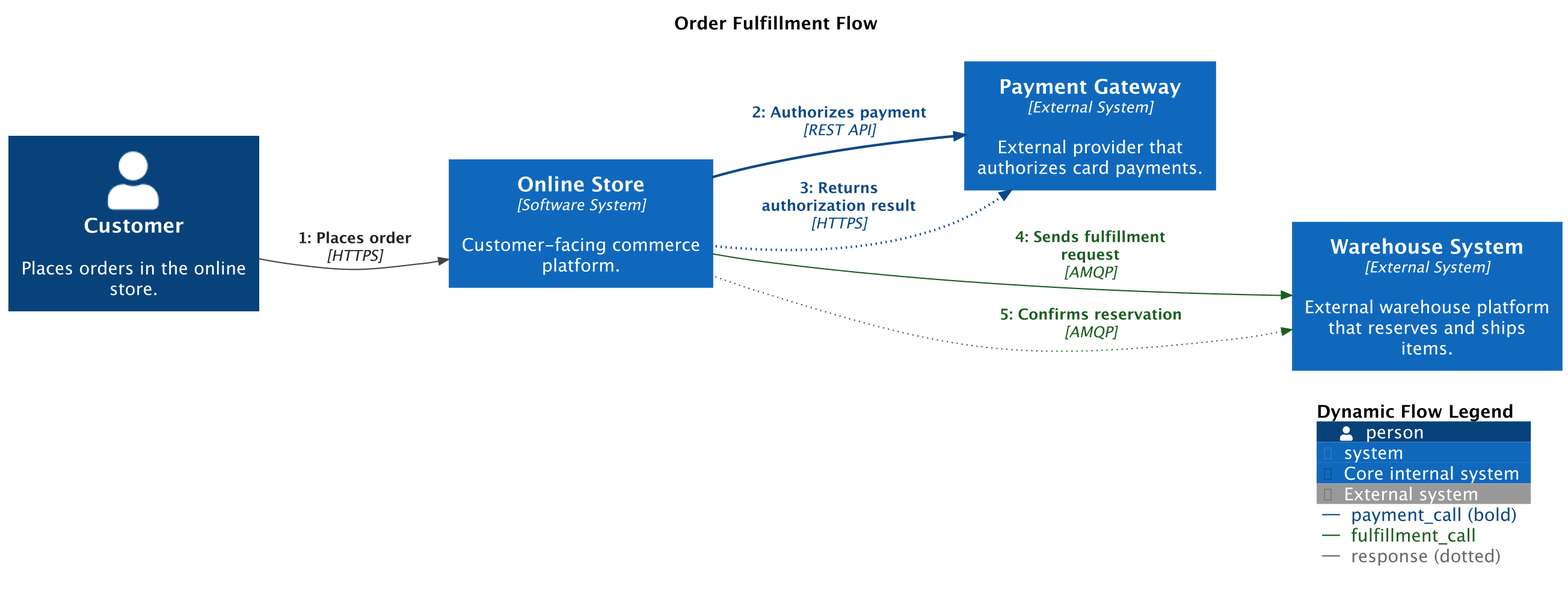
Before: docs/assets/examples/plantuml/dynamic-diagram.png, a diagram exported from PlantUML (sidorov-as/c4-diagrams). The source it was exported from:
```plantuml
@startuml
!if %variable_exists("RELATIVE_INCLUDE")
    !include %get_variable_value("RELATIVE_INCLUDE")/C4_Dynamic.puml
!else
    !include https://raw.githubusercontent.com/plantuml-stdlib/C4-PlantUML/master/C4_Dynamic.puml
!endif
skinparam dpi 200

AddPersonTag("customer", $bgColor="#08427B", $fontColor="#FFFFFF", $borderColor="#052E56", $legendText="Customer actor")
AddSystemTag("core", $bgColor="#1168BD", $fontColor="#FFFFFF", $borderColor="#0B4884", $legendText="Core internal system")
AddExternalSystemTag("external", $bgColor="#999999", $fontColor="#FFFFFF", $borderColor="#6B6B6B", $legendText="External system")
AddRelTag("payment_call", $textColor="#0B4884", $lineColor="#0B4884", $lineStyle=BoldLine())
AddRelTag("fulfillment_call", $textColor="#1B5E20", $lineColor="#1B5E20")
AddRelTag("response", $textColor="#6B6B6B", $lineColor="#6B6B6B", $lineStyle=DottedLine())

UpdateElementStyle("person", $fontColor="#FFFFFF")
UpdateElementStyle("system", $fontColor="#FFFFFF")
UpdateRelStyle($textColor="#222222", $lineColor="#444444")

LAYOUT_LEFT_RIGHT()
UpdateLegendTitle("Dynamic Flow Legend")

title Order Fulfillment Flow

Person(customer, "Customer", "Places orders in the online store.", $tags="person+customer")

System(online_store, "Online Store", "Customer-facing commerce platform.", $tags="system+core", $type="Software System")

System_Ext(payment_gateway, "Payment Gateway", "External provider that authorizes card payments.", $tags="system+external", $type="External System")

System_Ext(warehouse_system, "Warehouse System", "External warehouse platform that reserves and ships items.", $tags="system+external+fulfillment", $type="External System")

Rel(customer, online_store, "Places order", "HTTPS", $tags="request", $index=1)
Rel(online_store, payment_gateway, "Authorizes payment", "REST API", $tags="payment_call+request", $index=2)
Rel_Back(payment_gateway, online_store, "Returns authorization result", "HTTPS", $tags="payment_call+response", $index=3)
Rel(online_store, warehouse_system, "Sends fulfillment request", "AMQP", $tags="fulfillment_call", $index=4)
Rel_Back(warehouse_system, online_store, "Confirms reservation", "AMQP", $tags="fulfillment_call+response", $index=5)

Lay_R(customer, online_store)
Lay_R(online_store, payment_gateway)
Lay_D(payment_gateway, warehouse_system)

SHOW_LEGEND($details=Normal())

@enduml
```
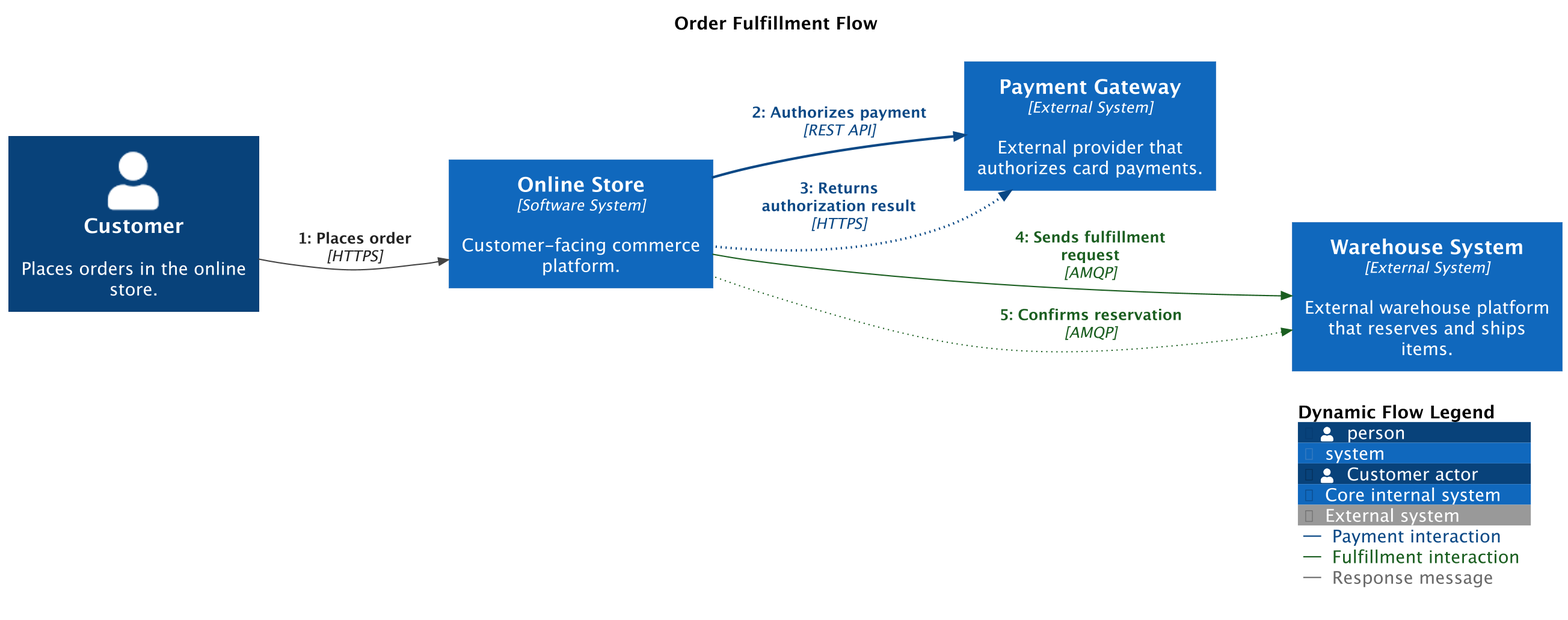
After the commit.

Diff of the diagram source:
```diff
@@ -6,12 +6,12 @@
 !endif
 skinparam dpi 200
 
-AddPersonTag("customer", $bgColor="#08427B", $fontColor="#FFFFFF", $borderColor="#052E56", $legendText="Customer actor")
-AddSystemTag("core", $bgColor="#1168BD", $fontColor="#FFFFFF", $borderColor="#0B4884", $legendText="Core internal system")
-AddExternalSystemTag("external", $bgColor="#999999", $fontColor="#FFFFFF", $borderColor="#6B6B6B", $legendText="External system")
-AddRelTag("payment_call", $textColor="#0B4884", $lineColor="#0B4884", $lineStyle=BoldLine())
-AddRelTag("fulfillment_call", $textColor="#1B5E20", $lineColor="#1B5E20")
-AddRelTag("response", $textColor="#6B6B6B", $lineColor="#6B6B6B", $lineStyle=DottedLine())
+AddPersonTag("customer", $bgColor="#08427B", $fontColor="#FFFFFF", $borderColor="#052E56", $shadowing="false", $legendText="Customer actor")
+AddSystemTag("core", $bgColor="#1168BD", $fontColor="#FFFFFF", $borderColor="#0B4884", $shadowing="false", $legendText="Core internal system")
+AddExternalSystemTag("external", $bgColor="#999999", $fontColor="#FFFFFF", $borderColor="#6B6B6B", $shadowing="false", $legendText="External system")
+AddRelTag("payment_call", $textColor="#0B4884", $lineColor="#0B4884", $lineStyle=BoldLine(), $legendText="Payment interaction")
+AddRelTag("fulfillment_call", $textColor="#1B5E20", $lineColor="#1B5E20", $legendText="Fulfillment interaction")
+AddRelTag("response", $textColor="#6B6B6B", $lineColor="#6B6B6B", $lineStyle=DottedLine(), $legendText="Response message")
 
 UpdateElementStyle("person", $fontColor="#FFFFFF")
 UpdateElementStyle("system", $fontColor="#FFFFFF")
@@ -35,7 +35,6 @@
 Rel_Back(payment_gateway, online_store, "Returns authorization result", "HTTPS", $tags="payment_call+response", $index=3)
 Rel(online_store, warehouse_system, "Sends fulfillment request", "AMQP", $tags="fulfillment_call", $index=4)
 Rel_Back(warehouse_system, online_store, "Confirms reservation", "AMQP", $tags="fulfillment_call+response", $index=5)
-
 Lay_R(customer, online_store)
 Lay_R(online_store, payment_gateway)
 Lay_D(payment_gateway, warehouse_system)
```
